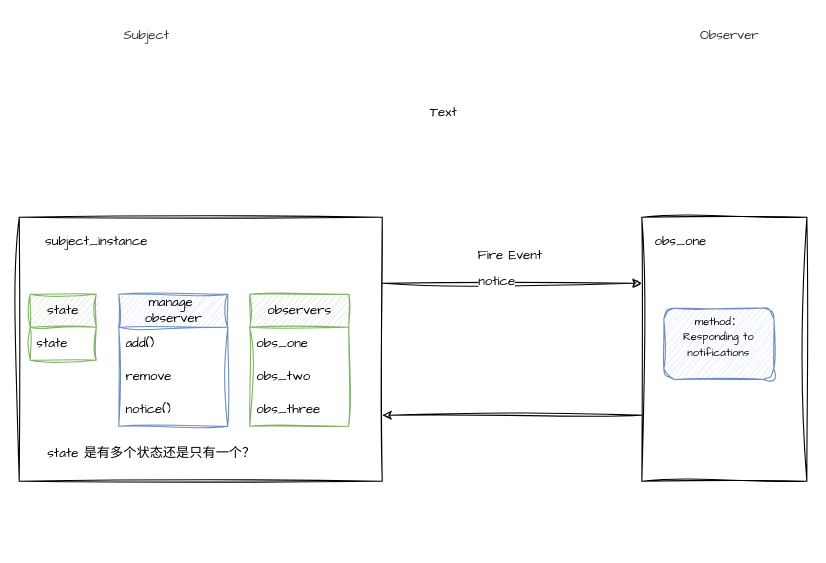
This is Design Patterns Note/观察者模式/观察者模式与发布订阅模式.drawio from githubli1123/CesiumExampleCollection, a draw.io file, before an edit. Source tidied: cells renumbered, new cells numbered last; positions are measured from the earlier drawing's top-left corner, leaving out a move shared by most shapes. Both pictures are drawn from the tidied source at 110%, with x=0, y=0 at pixel (19, 19).
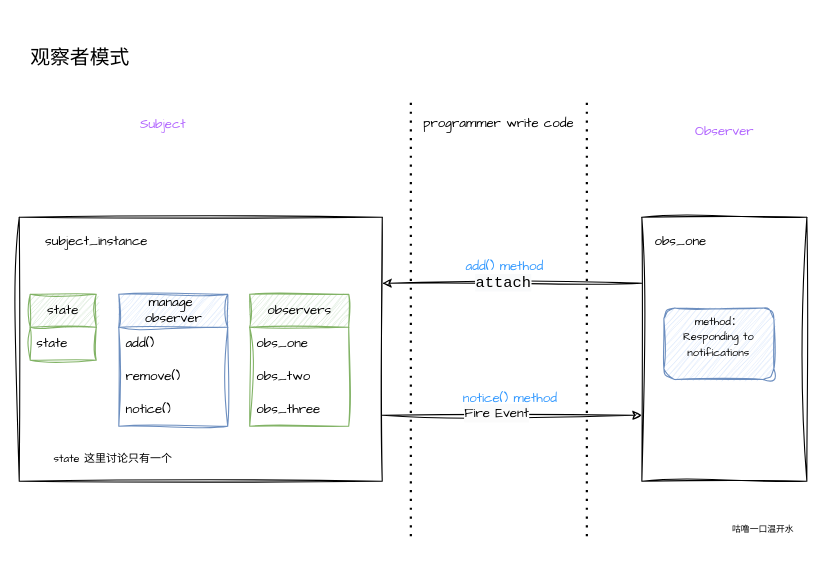
The same diagram, later.

Unchanged cells that the change refers to:
```xml
<mxCell id="5" style="swimlane;startSize=0;rounded=0;align=center;verticalAlign=middle;fontFamily=Architects Daughter;fontSize=12;fontColor=default;fillColor=none;gradientColor=none;sketch=1;curveFitting=1;jiggle=2;" parent="1" vertex="1">
  <mxGeometry y="180" width="330" height="240" as="geometry" />
</mxCell>
<mxCell id="6" value="manage&amp;nbsp;&lt;div&gt;observer&lt;/div&gt;" style="swimlane;fontStyle=0;horizontal=1;startSize=30;whiteSpace=wrap;html=1;rounded=0;align=center;verticalAlign=middle;fontFamily=Architects Daughter;fontSize=12;fillColor=#dae8fc;sketch=1;curveFitting=1;jiggle=2;strokeColor=#6c8ebf;" parent="5" vertex="1">
  <mxGeometry x="90.5" y="70" width="99" height="120" as="geometry" />
</mxCell>
<mxCell id="20" style="swimlane;startSize=0;rounded=0;align=center;verticalAlign=middle;fontFamily=Architects Daughter;fontSize=12;fontColor=default;fillColor=none;gradientColor=none;sketch=1;curveFitting=1;jiggle=2;" parent="1" vertex="1">
  <mxGeometry x="566" y="180" width="150" height="240" as="geometry" />
</mxCell>
```

Diff of the diagram source:
```diff
@@
-    <mxCell id="2" value="&lt;span style=&quot;color: rgb(51, 51, 51); font-family: &amp;quot;Comic Sans MS&amp;quot;; orphans: 4; text-align: left; white-space-collapse: preserve; background-color: rgb(255, 255, 255);&quot;&gt;&lt;font style=&quot;font-size: 12px;&quot;&gt;Observer&lt;/font&gt;&lt;/span&gt;" style="text;html=1;align=center;verticalAlign=middle;whiteSpace=wrap;rounded=0;fontFamily=Architects Daughter;" parent="1" vertex="1">
-      <mxGeometry x="616" width="60" height="30" as="geometry" />
+    <mxCell id="2" value="&lt;span style=&quot;font-family: &amp;quot;Comic Sans MS&amp;quot;; orphans: 4; text-align: left; white-space-collapse: preserve; background-color: rgb(255, 255, 255);&quot;&gt;&lt;font color=&quot;#b266ff&quot; style=&quot;font-size: 12px;&quot;&gt;Observer&lt;/font&gt;&lt;/span&gt;" style="text;html=1;align=center;verticalAlign=middle;whiteSpace=wrap;rounded=0;fontFamily=Architects Daughter;" parent="1" vertex="1">
+      <mxGeometry x="605.5" y="90" width="71" height="25" as="geometry" />
     </mxCell>
-    <mxCell id="3" style="rounded=0;sketch=1;hachureGap=4;jiggle=2;curveFitting=1;jettySize=auto;html=1;exitX=1;exitY=0.25;exitDx=0;exitDy=0;fontFamily=Architects Daughter;fontSize=12;fontColor=default;entryX=0;entryY=0.25;entryDx=0;entryDy=0;" parent="1" edge="1" source="5" target="20">
-      <mxGeometry relative="1" as="geometry" />
-    </mxCell>
-    <mxCell id="4" value="&lt;font face=&quot;Comic Sans MS&quot;&gt;notice&lt;/font&gt;" style="edgeLabel;html=1;align=center;verticalAlign=middle;rounded=0;fontFamily=Architects Daughter;fontSize=12;fontColor=default;fillColor=none;gradientColor=none;" parent="3" vertex="1">
-      <mxGeometry x="-0.13" y="2" relative="1" as="geometry" />
-    </mxCell>
@@
-    <mxCell id="8" value="remove" style="text;strokeColor=none;fillColor=none;align=left;verticalAlign=middle;spacingLeft=4;spacingRight=4;overflow=hidden;whiteSpace=wrap;html=1;fontFamily=Architects Daughter;fontSize=12;fontColor=default;" parent="6" vertex="1">
+    <mxCell id="8" value="remove()" style="text;strokeColor=none;fillColor=none;align=left;verticalAlign=middle;spacingLeft=4;spacingRight=4;overflow=hidden;whiteSpace=wrap;html=1;fontFamily=Architects Daughter;fontSize=12;fontColor=default;" parent="6" vertex="1">
       <mxGeometry y="60" width="99" height="30" as="geometry" />
     </mxCell>
@@
-    <mxCell id="14" value="subject_instance" style="text;html=1;align=center;verticalAlign=middle;strokeColor=none;fillColor=none;fontFamily=Architects Daughter;fontSize=12;fontColor=default;" parent="5" vertex="1">
+    <mxCell id="14" value="&lt;font face=&quot;Comic Sans MS&quot;&gt;subject_instance&lt;/font&gt;" style="text;html=1;align=center;verticalAlign=middle;strokeColor=none;fillColor=none;fontFamily=Architects Daughter;fontSize=12;fontColor=default;" parent="5" vertex="1">
       <mxGeometry x="10" y="8" width="120" height="30" as="geometry" />
     </mxCell>
@@
-    <mxCell id="17" value="state 是有多个状态还是只有一个？" style="text;html=1;align=center;verticalAlign=middle;strokeColor=none;fillColor=none;fontFamily=Architects Daughter;fontSize=12;fontColor=default;" parent="5" vertex="1">
-      <mxGeometry x="15" y="200" width="210" height="30" as="geometry" />
+    <mxCell id="17" value="&lt;font style=&quot;font-size: 10px;&quot;&gt;state 这里讨论只有一个&lt;/font&gt;" style="text;html=1;align=center;verticalAlign=middle;strokeColor=none;fillColor=none;fontFamily=Architects Daughter;fontSize=12;fontColor=default;" parent="5" vertex="1">
+      <mxGeometry x="20" y="205" width="130" height="30" as="geometry" />
     </mxCell>
-    <mxCell id="18" value="&lt;div style=&quot;orphans: 4; text-align: left;&quot;&gt;&lt;font face=&quot;Comic Sans MS&quot; color=&quot;#333333&quot;&gt;&lt;span style=&quot;white-space-collapse: preserve; background-color: rgb(255, 255, 255);&quot;&gt;Subject&lt;/span&gt;&lt;/font&gt;&lt;/div&gt;" style="text;html=1;align=center;verticalAlign=middle;whiteSpace=wrap;rounded=0;fontFamily=Architects Daughter;" parent="1" vertex="1">
-      <mxGeometry x="86" width="60" height="30" as="geometry" />
+    <mxCell id="18" value="&lt;div style=&quot;orphans: 4; text-align: left;&quot;&gt;&lt;font color=&quot;#b266ff&quot; face=&quot;Comic Sans MS&quot;&gt;&lt;span style=&quot;white-space-collapse: preserve; background-color: rgb(255, 255, 255);&quot;&gt;Subject&lt;/span&gt;&lt;/font&gt;&lt;/div&gt;" style="text;html=1;align=center;verticalAlign=middle;whiteSpace=wrap;rounded=0;fontFamily=Architects Daughter;" parent="1" vertex="1">
+      <mxGeometry x="99" y="80" width="64" height="31" as="geometry" />
     </mxCell>
-    <mxCell id="19" style="edgeStyle=orthogonalEdgeStyle;rounded=0;sketch=1;hachureGap=4;jiggle=2;curveFitting=1;jettySize=auto;html=1;exitX=0;exitY=0.75;exitDx=0;exitDy=0;entryX=1;entryY=0.75;entryDx=0;entryDy=0;fontFamily=Comic Sans MS;fontSize=12;fontColor=default;" parent="1" edge="1" source="20" target="5">
+    <mxCell id="19" style="edgeStyle=orthogonalEdgeStyle;rounded=0;sketch=1;hachureGap=4;jiggle=2;curveFitting=1;jettySize=auto;html=1;exitX=0;exitY=0.25;exitDx=0;exitDy=0;fontFamily=Comic Sans MS;fontSize=12;fontColor=default;entryX=1;entryY=0.25;entryDx=0;entryDy=0;" parent="1" edge="1" source="20" target="5">
       <mxGeometry relative="1" as="geometry" />
     </mxCell>
+    <mxCell id="25" value="&lt;span style=&quot;font-family: Consolas, Monaco, &amp;quot;Andale Mono&amp;quot;, &amp;quot;Ubuntu Mono&amp;quot;, monospace; font-size: 14px; text-align: left; white-space-collapse: preserve; background-color: rgb(249, 250, 251);&quot;&gt;attach&lt;/span&gt;" style="edgeLabel;html=1;align=center;verticalAlign=middle;" parent="19" vertex="1">
+      <mxGeometry x="0.08" y="-1" relative="1" as="geometry" />
+    </mxCell>
@@
+    <mxCell id="24" value="programmer write code" style="text;html=1;align=center;verticalAlign=middle;whiteSpace=wrap;rounded=0;fontFamily=Comic Sans MS;fontSize=12;fontColor=default;" parent="1" vertex="1">
+      <mxGeometry x="366" y="80" width="140" height="30" as="geometry" />
+    </mxCell>
+    <mxCell id="26" value="&lt;font color=&quot;#3399ff&quot; face=&quot;Comic Sans MS&quot;&gt;add() method&lt;/font&gt;" style="text;html=1;align=center;verticalAlign=middle;strokeColor=none;fillColor=none;fontFamily=Architects Daughter;fontSize=12;fontColor=default;" parent="1" vertex="1">
+      <mxGeometry x="391" y="210" width="100" height="30" as="geometry" />
+    </mxCell>
+    <mxCell id="27" style="endArrow=none;dashed=1;html=1;dashPattern=1 3;strokeWidth=2;rounded=0;" parent="1" edge="1">
+      <mxGeometry relative="1" as="geometry">
+        <mxPoint x="356" y="470" as="sourcePoint" />
+        <mxPoint x="356" y="70" as="targetPoint" />
+      </mxGeometry>
+    </mxCell>
+    <mxCell id="28" style="endArrow=none;dashed=1;html=1;dashPattern=1 3;strokeWidth=2;rounded=0;" parent="1" edge="1">
+      <mxGeometry relative="1" as="geometry">
+        <mxPoint x="516" y="470" as="sourcePoint" />
+        <mxPoint x="516" y="70" as="targetPoint" />
+      </mxGeometry>
+    </mxCell>
+    <mxCell id="3" style="rounded=0;sketch=1;hachureGap=4;jiggle=2;curveFitting=1;jettySize=auto;html=1;exitX=1;exitY=0.75;exitDx=0;exitDy=0;fontFamily=Architects Daughter;fontSize=12;fontColor=default;entryX=0;entryY=0.75;entryDx=0;entryDy=0;" parent="1" edge="1" source="5" target="20">
+      <mxGeometry relative="1" as="geometry" />
+    </mxCell>
+    <mxCell id="4" value="&lt;span style=&quot;font-family: &amp;quot;Comic Sans MS&amp;quot;; background-color: rgb(251, 251, 251);&quot;&gt;Fire Event&lt;/span&gt;" style="edgeLabel;html=1;align=center;verticalAlign=middle;rounded=0;fontFamily=Architects Daughter;fontSize=12;fontColor=default;fillColor=none;gradientColor=none;" parent="3" vertex="1">
+      <mxGeometry x="-0.13" y="2" relative="1" as="geometry" />
+    </mxCell>
-    <mxCell id="23" value="&lt;font face=&quot;Comic Sans MS&quot;&gt;Fire Event&lt;/font&gt;" style="text;html=1;align=center;verticalAlign=middle;strokeColor=none;fillColor=none;fontFamily=Architects Daughter;fontSize=12;fontColor=default;" parent="1" vertex="1">
-      <mxGeometry x="406" y="200" width="80" height="30" as="geometry" />
+    <mxCell id="23" value="&lt;font color=&quot;#3399ff&quot; face=&quot;Comic Sans MS&quot;&gt;notice() method&lt;/font&gt;" style="text;html=1;align=center;verticalAlign=middle;strokeColor=none;fillColor=none;fontFamily=Architects Daughter;fontSize=12;fontColor=default;" parent="1" vertex="1">
+      <mxGeometry x="391" y="330" width="110" height="30" as="geometry" />
     </mxCell>
-    <mxCell id="24" value="Text" style="text;html=1;align=center;verticalAlign=middle;whiteSpace=wrap;rounded=0;fontFamily=Comic Sans MS;fontSize=12;fontColor=default;" parent="1" vertex="1">
-      <mxGeometry x="356" y="70" width="60" height="30" as="geometry" />
-    </mxCell>
+    <mxCell id="29" value="&lt;font style=&quot;font-size: 18px;&quot;&gt;观察者模式&lt;/font&gt;" style="text;html=1;align=center;verticalAlign=middle;strokeColor=none;fillColor=none;" parent="1" vertex="1">
+      <mxGeometry y="15" width="110" height="40" as="geometry" />
+    </mxCell>
+    <mxCell id="30" value="&lt;font style=&quot;font-size: 8px;&quot;&gt;咕噜一口温开水&lt;/font&gt;" style="text;html=1;align=center;verticalAlign=middle;strokeColor=none;fillColor=none;" parent="1" vertex="1">
+      <mxGeometry x="636" y="448" width="80" height="30" as="geometry" />
+    </mxCell>
```
